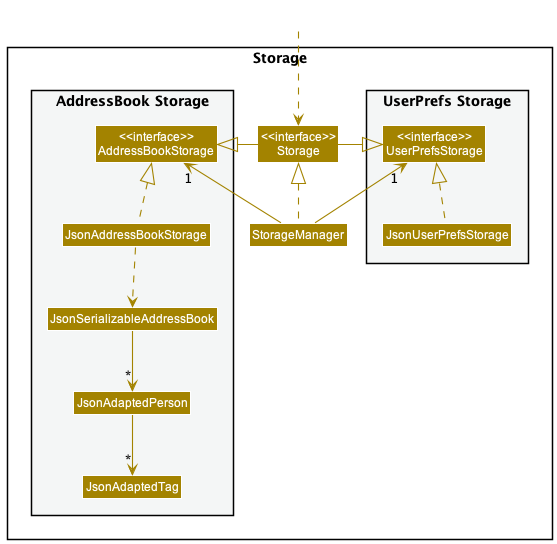
Earlier version of the PlantUML export docs/images/StorageClassDiagram.png (nus-cs2103-AY2223S2/tp).
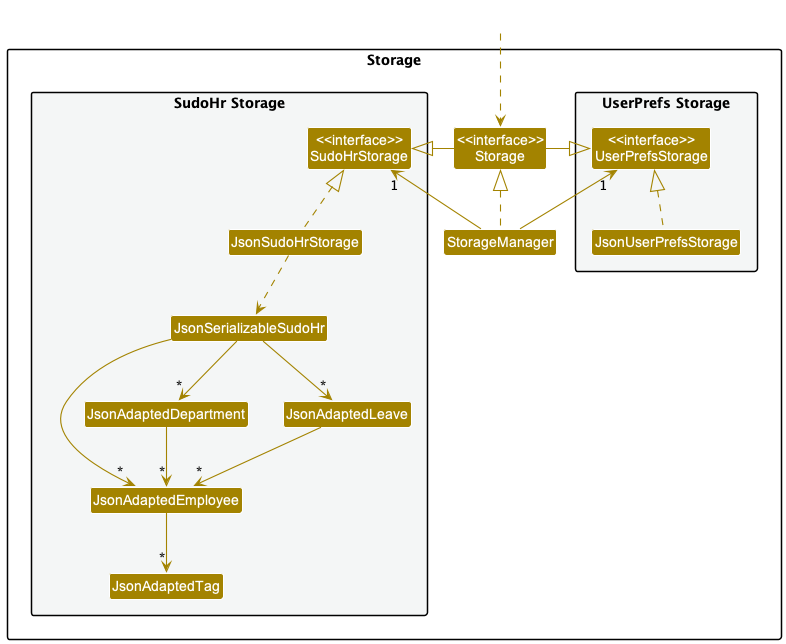
After the change.

Change to the diagram source:
```diff
@@ -14,12 +14,14 @@
 Class "<<interface>>\nStorage" as Storage
 Class StorageManager
 
-package "AddressBook Storage" #F4F6F6{
-Class "<<interface>>\nAddressBookStorage" as AddressBookStorage
-Class JsonAddressBookStorage
-Class JsonSerializableAddressBook
-Class JsonAdaptedPerson
+package "SudoHr Storage" #F4F6F6{
+Class "<<interface>>\nSudoHrStorage" as SudoHrStorage
+Class JsonSudoHrStorage
+Class JsonSerializableSudoHr
+Class JsonAdaptedEmployee
 Class JsonAdaptedTag
+Class JsonAdaptedDepartment
+Class JsonAdaptedLeave
 }
 
 }
@@ -29,15 +31,19 @@
 
 StorageManager .up.|> Storage
 StorageManager -up-> "1" UserPrefsStorage
-StorageManager -up-> "1" AddressBookStorage
+StorageManager -up-> "1" SudoHrStorage
 
 Storage -left-|> UserPrefsStorage
-Storage -right-|> AddressBookStorage
+Storage -right-|> SudoHrStorage
 
 JsonUserPrefsStorage .up.|> UserPrefsStorage
-JsonAddressBookStorage .up.|> AddressBookStorage
-JsonAddressBookStorage ..> JsonSerializableAddressBook
-JsonSerializableAddressBook --> "*" JsonAdaptedPerson
-JsonAdaptedPerson --> "*" JsonAdaptedTag
+JsonSudoHrStorage .up.|> SudoHrStorage
+JsonSudoHrStorage ..> JsonSerializableSudoHr
+JsonSerializableSudoHr --> "*" JsonAdaptedEmployee
+JsonAdaptedEmployee --> "*" JsonAdaptedTag
+JsonSerializableSudoHr --> "*" JsonAdaptedDepartment
+JsonAdaptedDepartment --> "*" JsonAdaptedEmployee
+JsonSerializableSudoHr --> "*" JsonAdaptedLeave
+JsonAdaptedLeave --> "*" JsonAdaptedEmployee
 
 @enduml
```
